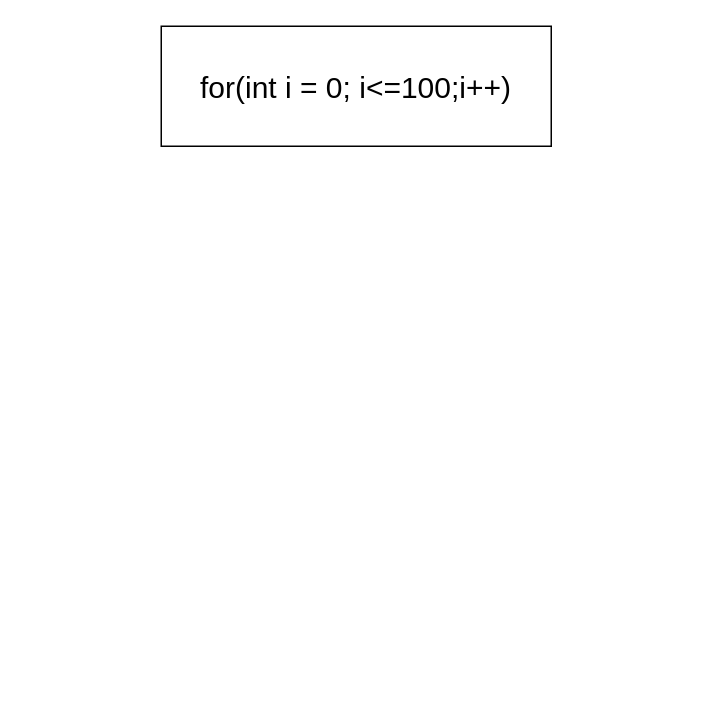
Above: 未命名绘图.drawio in MrXnneHang/drawio (draw.io), before the change. Source tidied: cells renumbered, new cells numbered last; positions are measured from the earlier drawing's top-left corner, leaving out a move shared by most shapes. Both pictures are drawn from the tidied source at 150%, with x=0, y=0 at pixel (160, 26).
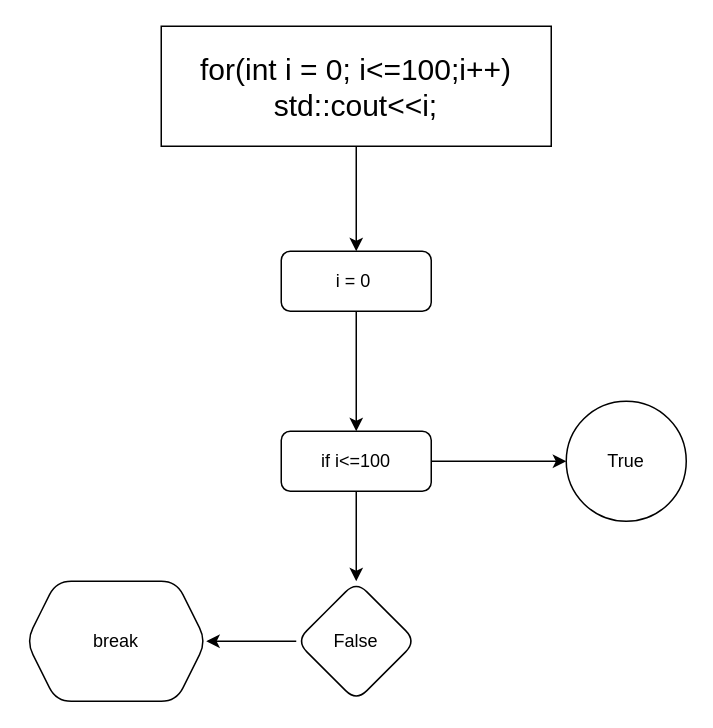
After the change.

Commit message (it also covers changes not shown here):
更新未命名绘图.drawio

What changed in the source:
```diff
@@
 <mxGraphModel>
   <root>
     <mxCell id="0" />
     <mxCell id="1" parent="0" />
+    <mxCell id="3" style="edgeStyle=orthogonalEdgeStyle;rounded=0;jettySize=auto;html=1;" parent="1" edge="1" source="2" target="5">
+      <mxGeometry relative="1" as="geometry" />
+    </mxCell>
-    <mxCell id="2" value="&lt;font style=&quot;font-size: 20px;&quot;&gt;for(int i = 0; i&amp;lt;=100;i++)&lt;/font&gt;" style="rounded=0;whiteSpace=wrap;html=1;" parent="1" vertex="1">
+    <mxCell id="2" value="&lt;font style=&quot;font-size: 20px;&quot;&gt;for(int i = 0; i&amp;lt;=100;i++)&lt;/font&gt;&lt;div&gt;&lt;span style=&quot;font-size: 20px;&quot;&gt;std::cout&amp;lt;&amp;lt;i;&lt;/span&gt;&lt;/div&gt;" style="rounded=0;whiteSpace=wrap;html=1;" parent="1" vertex="1">
       <mxGeometry width="260" height="80" as="geometry" />
     </mxCell>
+    <mxCell id="4" style="edgeStyle=orthogonalEdgeStyle;rounded=0;jettySize=auto;html=1;" parent="1" edge="1" source="5" target="8">
+      <mxGeometry relative="1" as="geometry" />
+    </mxCell>
+    <mxCell id="5" value="i = 0&lt;font lang=&quot;zh-CN&quot; translate=&quot;no&quot; class=&quot;notranslate immersive-translate-target-wrapper&quot;&gt;&amp;nbsp; &lt;font class=&quot;immersive-translate-loading-spinner notranslate&quot;&gt;&lt;/font&gt;&lt;/font&gt;" style="rounded=1;whiteSpace=wrap;html=1;" parent="1" vertex="1">
+      <mxGeometry x="80" y="150" width="100" height="40" as="geometry" />
+    </mxCell>
+    <mxCell id="6" style="edgeStyle=orthogonalEdgeStyle;rounded=0;jettySize=auto;html=1;" parent="1" edge="1" source="8" target="10">
+      <mxGeometry relative="1" as="geometry" />
+    </mxCell>
+    <mxCell id="7" style="edgeStyle=orthogonalEdgeStyle;rounded=0;jettySize=auto;html=1;" parent="1" edge="1" source="8" target="12">
+      <mxGeometry relative="1" as="geometry" />
+    </mxCell>
+    <mxCell id="8" value="if i&amp;lt;=100" style="rounded=1;whiteSpace=wrap;html=1;" parent="1" vertex="1">
+      <mxGeometry x="80" y="270" width="100" height="40" as="geometry" />
+    </mxCell>
+    <mxCell id="9" style="edgeStyle=orthogonalEdgeStyle;rounded=0;jettySize=auto;html=1;" parent="1" edge="1" source="10" target="11">
+      <mxGeometry relative="1" as="geometry" />
+    </mxCell>
+    <mxCell id="10" value="False" style="rhombus;whiteSpace=wrap;html=1;rounded=1;" parent="1" vertex="1">
+      <mxGeometry x="90" y="370" width="80" height="80" as="geometry" />
+    </mxCell>
+    <mxCell id="11" value="break" style="shape=hexagon;perimeter=hexagonPerimeter2;whiteSpace=wrap;html=1;fixedSize=1;rounded=1;" parent="1" vertex="1">
+      <mxGeometry x="-90" y="370" width="120" height="80" as="geometry" />
+    </mxCell>
+    <mxCell id="12" value="True" style="ellipse;whiteSpace=wrap;html=1;rounded=1;" parent="1" vertex="1">
+      <mxGeometry x="270" y="250" width="80" height="80" as="geometry" />
+    </mxCell>
   </root>
 </mxGraphModel>
```
